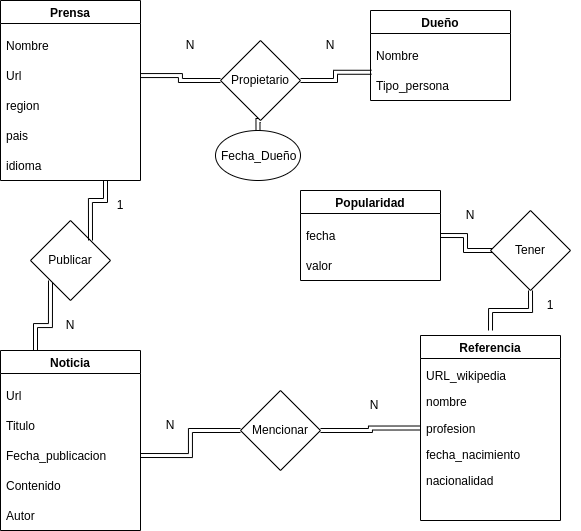
Before: modelo_ER.png, a diagram exported from draw.io (CarlosD1234/Proyecto-BD-2022). Source tidied: cells renumbered, new cells last; positions are measured from the earlier drawing's top-left corner, leaving out a move shared by most shapes.
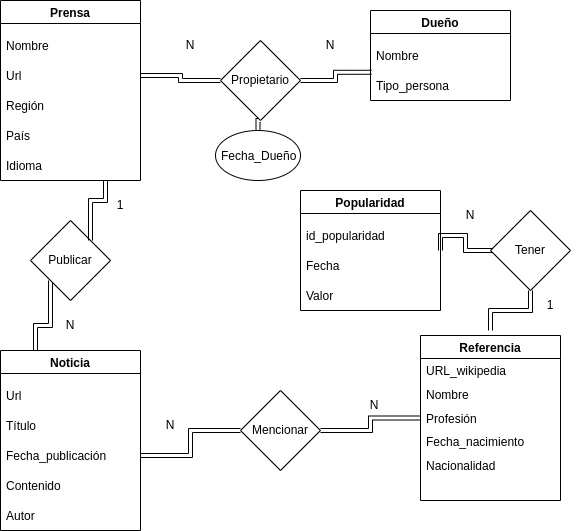
After the commit.

Commit message:
arreglo modelo_ER

What changed in the source:
```diff
@@ -1,137 +1,137 @@
 <mxGraphModel>
   <root>
-    <mxCell id="0" />
-    <mxCell id="1" parent="0" />
-    <mxCell id="2" style="ellipse;whiteSpace=wrap;html=1;" parent="1" vertex="1">
-      <mxGeometry x="215" y="130" width="85" height="50" as="geometry" />
-    </mxCell>
-    <mxCell id="3" style="group;" parent="1" vertex="1">
-      <mxGeometry width="140" height="180" as="geometry" />
-    </mxCell>
-    <mxCell id="4" value="idioma" style="text;strokeColor=none;fillColor=none;align=left;verticalAlign=middle;spacingLeft=4;spacingRight=4;overflow=hidden;" parent="3" vertex="1">
-      <mxGeometry y="150" width="140" height="30" as="geometry" />
-    </mxCell>
+    <mxCell id="52" />
+    <mxCell id="53" parent="52" />
+    <mxCell id="54" style="ellipse;whiteSpace=wrap;html=1;" parent="53" vertex="1">
+      <mxGeometry x="215" y="130" width="85" height="50" as="geometry" />
+    </mxCell>
+    <mxCell id="55" style="group;" parent="53" vertex="1">
+      <mxGeometry width="140" height="180" as="geometry" />
+    </mxCell>
+    <mxCell id="56" value="Idioma" style="text;strokeColor=none;fillColor=none;align=left;verticalAlign=middle;spacingLeft=4;spacingRight=4;overflow=hidden;" parent="55" vertex="1">
+      <mxGeometry y="150" width="140" height="30" as="geometry" />
+    </mxCell>
-    <mxCell id="5" value="Nombre" style="text;strokeColor=none;fillColor=none;align=left;verticalAlign=middle;spacingLeft=4;spacingRight=4;overflow=hidden;" parent="3" vertex="1">
+    <mxCell id="5" value="Nombre" style="text;strokeColor=none;fillColor=none;align=left;verticalAlign=middle;spacingLeft=4;spacingRight=4;overflow=hidden;" parent="55" vertex="1">
       <mxGeometry y="30" width="140" height="30" as="geometry" />
     </mxCell>
-    <mxCell id="6" value="Prensa" style="swimlane;" parent="3" vertex="1">
+    <mxCell id="6" value="Prensa" style="swimlane;" parent="55" vertex="1">
       <mxGeometry width="140" height="180" as="geometry" />
     </mxCell>
-    <mxCell id="7" value="region" style="text;strokeColor=none;fillColor=none;align=left;verticalAlign=middle;spacingLeft=4;spacingRight=4;overflow=hidden;" parent="6" vertex="1">
-      <mxGeometry y="90" width="140" height="30" as="geometry" />
-    </mxCell>
-    <mxCell id="8" value="pais" style="text;strokeColor=none;fillColor=none;align=left;verticalAlign=middle;spacingLeft=4;spacingRight=4;overflow=hidden;" parent="6" vertex="1">
-      <mxGeometry y="120" width="140" height="30" as="geometry" />
-    </mxCell>
+    <mxCell id="57" value="Región" style="text;strokeColor=none;fillColor=none;align=left;verticalAlign=middle;spacingLeft=4;spacingRight=4;overflow=hidden;" parent="6" vertex="1">
+      <mxGeometry y="90" width="140" height="30" as="geometry" />
+    </mxCell>
+    <mxCell id="58" value="País" style="text;strokeColor=none;fillColor=none;align=left;verticalAlign=middle;spacingLeft=4;spacingRight=4;overflow=hidden;" parent="6" vertex="1">
+      <mxGeometry y="120" width="140" height="30" as="geometry" />
+    </mxCell>
     <mxCell id="9" value="Url" style="text;strokeColor=none;fillColor=none;align=left;verticalAlign=middle;spacingLeft=4;spacingRight=4;overflow=hidden;points=[[0,0.5],[1,0.5]];portConstraint=eastwest;" parent="6" vertex="1">
       <mxGeometry y="60" width="140" height="30" as="geometry" />
     </mxCell>
-    <mxCell id="10" style="group;" parent="1" vertex="1">
-      <mxGeometry y="350" width="140" height="180" as="geometry" />
-    </mxCell>
+    <mxCell id="59" style="group;" parent="53" vertex="1">
+      <mxGeometry y="350" width="140" height="180" as="geometry" />
+    </mxCell>
-    <mxCell id="11" value="Autor" style="text;strokeColor=none;fillColor=none;align=left;verticalAlign=middle;spacingLeft=4;spacingRight=4;overflow=hidden;" parent="10" vertex="1">
+    <mxCell id="11" value="Autor" style="text;strokeColor=none;fillColor=none;align=left;verticalAlign=middle;spacingLeft=4;spacingRight=4;overflow=hidden;" parent="59" vertex="1">
       <mxGeometry y="150" width="140" height="30" as="geometry" />
     </mxCell>
-    <mxCell id="12" value="Url" style="text;strokeColor=none;fillColor=none;align=left;verticalAlign=middle;spacingLeft=4;spacingRight=4;overflow=hidden;" parent="10" vertex="1">
+    <mxCell id="12" value="Url" style="text;strokeColor=none;fillColor=none;align=left;verticalAlign=middle;spacingLeft=4;spacingRight=4;overflow=hidden;" parent="59" vertex="1">
       <mxGeometry y="30" width="140" height="30" as="geometry" />
     </mxCell>
-    <mxCell id="13" value="Noticia" style="swimlane;" parent="10" vertex="1">
+    <mxCell id="13" value="Noticia" style="swimlane;" parent="59" vertex="1">
       <mxGeometry width="140" height="180" as="geometry" />
     </mxCell>
-    <mxCell id="14" value="Fecha_publicacion" style="text;strokeColor=none;fillColor=none;align=left;verticalAlign=middle;spacingLeft=4;spacingRight=4;overflow=hidden;points=[[0,0.5],[1,0.5]];portConstraint=eastwest;" parent="13" vertex="1">
-      <mxGeometry y="90" width="140" height="30" as="geometry" />
-    </mxCell>
+    <mxCell id="60" value="Fecha_publicación" style="text;strokeColor=none;fillColor=none;align=left;verticalAlign=middle;spacingLeft=4;spacingRight=4;overflow=hidden;points=[[0,0.5],[1,0.5]];portConstraint=eastwest;" parent="13" vertex="1">
+      <mxGeometry y="90" width="140" height="30" as="geometry" />
+    </mxCell>
     <mxCell id="15" value="Contenido" style="text;strokeColor=none;fillColor=none;align=left;verticalAlign=middle;spacingLeft=4;spacingRight=4;overflow=hidden;" parent="13" vertex="1">
       <mxGeometry y="120" width="140" height="30" as="geometry" />
     </mxCell>
-    <mxCell id="16" value="Titulo" style="text;strokeColor=none;fillColor=none;align=left;verticalAlign=middle;spacingLeft=4;spacingRight=4;overflow=hidden;" parent="13" vertex="1">
-      <mxGeometry y="60" width="140" height="30" as="geometry" />
-    </mxCell>
-    <mxCell id="17" style="group;" parent="1" vertex="1">
-      <mxGeometry x="420" y="335" width="140" height="185" as="geometry" />
-    </mxCell>
+    <mxCell id="61" value="Título" style="text;strokeColor=none;fillColor=none;align=left;verticalAlign=middle;spacingLeft=4;spacingRight=4;overflow=hidden;" parent="13" vertex="1">
+      <mxGeometry y="60" width="140" height="30" as="geometry" />
+    </mxCell>
+    <mxCell id="62" style="group;" parent="53" vertex="1">
+      <mxGeometry x="420" y="335" width="140" height="165" as="geometry" />
+    </mxCell>
-    <mxCell id="18" value="URL_wikipedia" style="text;strokeColor=none;fillColor=none;align=left;verticalAlign=middle;spacingLeft=4;spacingRight=4;overflow=hidden;" parent="17" vertex="1">
-      <mxGeometry y="26.4" width="140" height="26.4" as="geometry" />
+    <mxCell id="18" value="URL_wikipedia" style="text;strokeColor=none;fillColor=none;align=left;verticalAlign=middle;spacingLeft=4;spacingRight=4;overflow=hidden;" parent="62" vertex="1">
+      <mxGeometry y="23.6" width="140" height="23.6" as="geometry" />
     </mxCell>
-    <mxCell id="19" value="Referencia" style="swimlane;" parent="17" vertex="1">
-      <mxGeometry width="140" height="185" as="geometry" />
+    <mxCell id="19" value="Referencia" style="swimlane;" parent="62" vertex="1">
+      <mxGeometry width="140" height="165" as="geometry" />
     </mxCell>
-    <mxCell id="20" value="profesion" style="text;strokeColor=none;fillColor=none;align=left;verticalAlign=middle;spacingLeft=4;spacingRight=4;overflow=hidden;points=[[0,0.5],[1,0.5]];portConstraint=eastwest;" parent="19" vertex="1">
-      <mxGeometry y="79.3" width="140" height="26.4" as="geometry" />
-    </mxCell>
-    <mxCell id="21" value="fecha_nacimiento" style="text;strokeColor=none;fillColor=none;align=left;verticalAlign=middle;spacingLeft=4;spacingRight=4;overflow=hidden;" parent="19" vertex="1">
-      <mxGeometry y="105.7" width="140" height="26.4" as="geometry" />
-    </mxCell>
-    <mxCell id="22" value="nombre" style="text;strokeColor=none;fillColor=none;align=left;verticalAlign=middle;spacingLeft=4;spacingRight=4;overflow=hidden;" parent="19" vertex="1">
-      <mxGeometry y="52.9" width="140" height="26.4" as="geometry" />
-    </mxCell>
-    <mxCell id="23" value="nacionalidad" style="text;strokeColor=none;fillColor=none;align=left;verticalAlign=middle;spacingLeft=4;spacingRight=4;overflow=hidden;" parent="19" vertex="1">
-      <mxGeometry y="132.1" width="140" height="26.4" as="geometry" />
-    </mxCell>
+    <mxCell id="63" value="Profesión" style="text;strokeColor=none;fillColor=none;align=left;verticalAlign=middle;spacingLeft=4;spacingRight=4;overflow=hidden;points=[[0,0.5],[1,0.5]];portConstraint=eastwest;" parent="19" vertex="1">
+      <mxGeometry y="70.7" width="140" height="23.6" as="geometry" />
+    </mxCell>
+    <mxCell id="64" value="Fecha_nacimiento" style="text;strokeColor=none;fillColor=none;align=left;verticalAlign=middle;spacingLeft=4;spacingRight=4;overflow=hidden;" parent="19" vertex="1">
+      <mxGeometry y="94.3" width="140" height="23.6" as="geometry" />
+    </mxCell>
+    <mxCell id="65" value="Nombre" style="text;strokeColor=none;fillColor=none;align=left;verticalAlign=middle;spacingLeft=4;spacingRight=4;overflow=hidden;" parent="19" vertex="1">
+      <mxGeometry y="47.1" width="140" height="23.6" as="geometry" />
+    </mxCell>
+    <mxCell id="66" value="Nacionalidad" style="text;strokeColor=none;fillColor=none;align=left;verticalAlign=middle;spacingLeft=4;spacingRight=4;overflow=hidden;" parent="19" vertex="1">
+      <mxGeometry y="117.9" width="140" height="23.6" as="geometry" />
+    </mxCell>
-    <mxCell id="24" style="edgeStyle=orthogonalEdgeStyle;shape=link;rounded=0;jettySize=auto;html=1;exitX=1;exitY=0.5;exitDx=0;exitDy=0;entryX=0.007;entryY=0.059;entryDx=0;entryDy=0;entryPerimeter=0;" parent="1" edge="1" source="26" target="43">
+    <mxCell id="24" style="edgeStyle=orthogonalEdgeStyle;shape=link;rounded=0;jettySize=auto;html=1;exitX=1;exitY=0.5;exitDx=0;exitDy=0;entryX=0.007;entryY=0.059;entryDx=0;entryDy=0;entryPerimeter=0;" parent="53" edge="1" source="26" target="43">
       <mxGeometry relative="1" as="geometry" />
     </mxCell>
-    <mxCell id="25" style="edgeStyle=orthogonalEdgeStyle;shape=link;rounded=0;jettySize=auto;html=1;exitX=0.5;exitY=1;exitDx=0;exitDy=0;entryX=0.5;entryY=0;entryDx=0;entryDy=0;" parent="1" edge="1" source="26" target="2">
-      <mxGeometry relative="1" as="geometry" />
-    </mxCell>
+    <mxCell id="67" style="edgeStyle=orthogonalEdgeStyle;shape=link;rounded=0;jettySize=auto;html=1;exitX=0.5;exitY=1;exitDx=0;exitDy=0;entryX=0.5;entryY=0;entryDx=0;entryDy=0;" parent="53" edge="1" source="26" target="54">
+      <mxGeometry relative="1" as="geometry" />
+    </mxCell>
-    <mxCell id="26" value="Propietario" style="rhombus;whiteSpace=wrap;html=1;" parent="1" vertex="1">
+    <mxCell id="26" value="Propietario" style="rhombus;whiteSpace=wrap;html=1;" parent="53" vertex="1">
       <mxGeometry x="220" y="40" width="80" height="80" as="geometry" />
     </mxCell>
-    <mxCell id="27" style="edgeStyle=orthogonalEdgeStyle;rounded=0;jettySize=auto;html=1;entryX=0;entryY=0.5;entryDx=0;entryDy=0;shape=link;" parent="1" edge="1" source="9" target="26">
+    <mxCell id="27" style="edgeStyle=orthogonalEdgeStyle;rounded=0;jettySize=auto;html=1;entryX=0;entryY=0.5;entryDx=0;entryDy=0;shape=link;" parent="53" edge="1" source="9" target="26">
       <mxGeometry relative="1" as="geometry" />
     </mxCell>
-    <mxCell id="28" value="N" style="text;html=1;strokeColor=none;fillColor=none;align=center;verticalAlign=middle;whiteSpace=wrap;rounded=0;" parent="1" vertex="1">
-      <mxGeometry x="160" y="30" width="60" height="30" as="geometry" />
-    </mxCell>
-    <mxCell id="29" value="N" style="text;html=1;strokeColor=none;fillColor=none;align=center;verticalAlign=middle;whiteSpace=wrap;rounded=0;" parent="1" vertex="1">
-      <mxGeometry x="300" y="30" width="60" height="30" as="geometry" />
-    </mxCell>
+    <mxCell id="68" value="N" style="text;html=1;strokeColor=none;fillColor=none;align=center;verticalAlign=middle;whiteSpace=wrap;rounded=0;" parent="53" vertex="1">
+      <mxGeometry x="160" y="30" width="60" height="30" as="geometry" />
+    </mxCell>
+    <mxCell id="69" value="N" style="text;html=1;strokeColor=none;fillColor=none;align=center;verticalAlign=middle;whiteSpace=wrap;rounded=0;" parent="53" vertex="1">
+      <mxGeometry x="300" y="30" width="60" height="30" as="geometry" />
+    </mxCell>
-    <mxCell id="30" style="edgeStyle=orthogonalEdgeStyle;shape=link;rounded=0;jettySize=auto;html=1;exitX=0;exitY=1;exitDx=0;exitDy=0;entryX=0.25;entryY=0;entryDx=0;entryDy=0;" parent="1" edge="1" source="31" target="13">
+    <mxCell id="30" style="edgeStyle=orthogonalEdgeStyle;shape=link;rounded=0;jettySize=auto;html=1;exitX=0;exitY=1;exitDx=0;exitDy=0;entryX=0.25;entryY=0;entryDx=0;entryDy=0;" parent="53" edge="1" source="31" target="13">
       <mxGeometry relative="1" as="geometry" />
     </mxCell>
-    <mxCell id="31" value="Publicar" style="rhombus;whiteSpace=wrap;html=1;" parent="1" vertex="1">
+    <mxCell id="31" value="Publicar" style="rhombus;whiteSpace=wrap;html=1;" parent="53" vertex="1">
       <mxGeometry x="30" y="220" width="80" height="80" as="geometry" />
     </mxCell>
-    <mxCell id="32" style="edgeStyle=orthogonalEdgeStyle;shape=link;rounded=0;jettySize=auto;html=1;exitX=0.75;exitY=1;exitDx=0;exitDy=0;entryX=1;entryY=0;entryDx=0;entryDy=0;" parent="1" edge="1" source="6" target="31">
+    <mxCell id="32" style="edgeStyle=orthogonalEdgeStyle;shape=link;rounded=0;jettySize=auto;html=1;exitX=0.75;exitY=1;exitDx=0;exitDy=0;entryX=1;entryY=0;entryDx=0;entryDy=0;" parent="53" edge="1" source="6" target="31">
       <mxGeometry relative="1" as="geometry" />
     </mxCell>
-    <mxCell id="33" value="N" style="text;html=1;strokeColor=none;fillColor=none;align=center;verticalAlign=middle;whiteSpace=wrap;rounded=0;" parent="1" vertex="1">
-      <mxGeometry x="40" y="310" width="60" height="30" as="geometry" />
-    </mxCell>
-    <mxCell id="34" value="1" style="text;html=1;strokeColor=none;fillColor=none;align=center;verticalAlign=middle;whiteSpace=wrap;rounded=0;" parent="1" vertex="1">
-      <mxGeometry x="90" y="190" width="60" height="30" as="geometry" />
-    </mxCell>
+    <mxCell id="70" value="N" style="text;html=1;strokeColor=none;fillColor=none;align=center;verticalAlign=middle;whiteSpace=wrap;rounded=0;" parent="53" vertex="1">
+      <mxGeometry x="40" y="310" width="60" height="30" as="geometry" />
+    </mxCell>
+    <mxCell id="71" value="1" style="text;html=1;strokeColor=none;fillColor=none;align=center;verticalAlign=middle;whiteSpace=wrap;rounded=0;" parent="53" vertex="1">
+      <mxGeometry x="90" y="190" width="60" height="30" as="geometry" />
+    </mxCell>
-    <mxCell id="35" value="Mencionar" style="rhombus;whiteSpace=wrap;html=1;" parent="1" vertex="1">
+    <mxCell id="35" value="Mencionar" style="rhombus;whiteSpace=wrap;html=1;" parent="53" vertex="1">
       <mxGeometry x="240" y="390" width="80" height="80" as="geometry" />
     </mxCell>
-    <mxCell id="36" style="edgeStyle=orthogonalEdgeStyle;shape=link;rounded=0;jettySize=auto;html=1;exitX=1;exitY=0.5;exitDx=0;exitDy=0;" parent="1" edge="1" source="14" target="35">
-      <mxGeometry relative="1" as="geometry" />
-    </mxCell>
-    <mxCell id="37" style="edgeStyle=orthogonalEdgeStyle;shape=link;rounded=0;jettySize=auto;html=1;exitX=0;exitY=0.5;exitDx=0;exitDy=0;entryX=1;entryY=0.5;entryDx=0;entryDy=0;" parent="1" edge="1" source="20" target="35">
-      <mxGeometry relative="1" as="geometry" />
-    </mxCell>
-    <mxCell id="38" value="N" style="text;html=1;strokeColor=none;fillColor=none;align=center;verticalAlign=middle;whiteSpace=wrap;rounded=0;" parent="1" vertex="1">
-      <mxGeometry x="140" y="410" width="60" height="30" as="geometry" />
-    </mxCell>
-    <mxCell id="39" value="N" style="text;html=1;strokeColor=none;fillColor=none;align=center;verticalAlign=middle;whiteSpace=wrap;rounded=0;" parent="1" vertex="1">
-      <mxGeometry x="344" y="390" width="60" height="30" as="geometry" />
-    </mxCell>
+    <mxCell id="72" style="edgeStyle=orthogonalEdgeStyle;shape=link;rounded=0;jettySize=auto;html=1;exitX=1;exitY=0.5;exitDx=0;exitDy=0;" parent="53" edge="1" source="60" target="35">
+      <mxGeometry relative="1" as="geometry" />
+    </mxCell>
+    <mxCell id="73" style="edgeStyle=orthogonalEdgeStyle;shape=link;rounded=0;jettySize=auto;html=1;exitX=0;exitY=0.5;exitDx=0;exitDy=0;entryX=1;entryY=0.5;entryDx=0;entryDy=0;" parent="53" edge="1" source="63" target="35">
+      <mxGeometry relative="1" as="geometry" />
+    </mxCell>
+    <mxCell id="74" value="N" style="text;html=1;strokeColor=none;fillColor=none;align=center;verticalAlign=middle;whiteSpace=wrap;rounded=0;" parent="53" vertex="1">
+      <mxGeometry x="140" y="410" width="60" height="30" as="geometry" />
+    </mxCell>
+    <mxCell id="75" value="N" style="text;html=1;strokeColor=none;fillColor=none;align=center;verticalAlign=middle;whiteSpace=wrap;rounded=0;" parent="53" vertex="1">
+      <mxGeometry x="344" y="390" width="60" height="30" as="geometry" />
+    </mxCell>
-    <mxCell id="40" value="Fecha_Dueño" style="text;strokeColor=none;fillColor=none;align=left;verticalAlign=middle;spacingLeft=4;spacingRight=4;overflow=hidden;" parent="1" vertex="1">
+    <mxCell id="40" value="Fecha_Dueño" style="text;strokeColor=none;fillColor=none;align=left;verticalAlign=middle;spacingLeft=4;spacingRight=4;overflow=hidden;" parent="53" vertex="1">
       <mxGeometry x="215" y="140" width="90" height="30" as="geometry" />
     </mxCell>
-    <mxCell id="41" value="Nombre" style="text;strokeColor=none;fillColor=none;align=left;verticalAlign=middle;spacingLeft=4;spacingRight=4;overflow=hidden;" parent="1" vertex="1">
-      <mxGeometry x="370" y="40" width="140" height="30" as="geometry" />
-    </mxCell>
+    <mxCell id="76" value="Nombre" style="text;strokeColor=none;fillColor=none;align=left;verticalAlign=middle;spacingLeft=4;spacingRight=4;overflow=hidden;" parent="53" vertex="1">
+      <mxGeometry x="370" y="40" width="140" height="30" as="geometry" />
+    </mxCell>
-    <mxCell id="42" value="Dueño" style="swimlane;" parent="1" vertex="1">
+    <mxCell id="42" value="Dueño" style="swimlane;" parent="53" vertex="1">
       <mxGeometry x="370" y="10" width="140" height="90" as="geometry" />
     </mxCell>
     <mxCell id="43" value="Tipo_persona" style="text;strokeColor=none;fillColor=none;align=left;verticalAlign=middle;spacingLeft=4;spacingRight=4;overflow=hidden;points=[[0,0.5],[1,0.5]];portConstraint=eastwest;" parent="42" vertex="1">
       <mxGeometry y="60" width="140" height="30" as="geometry" />
     </mxCell>
-    <mxCell id="44" value="fecha" style="text;strokeColor=none;fillColor=none;align=left;verticalAlign=middle;spacingLeft=4;spacingRight=4;overflow=hidden;" parent="1" vertex="1">
-      <mxGeometry x="300" y="220" width="140" height="30" as="geometry" />
-    </mxCell>
+    <mxCell id="77" value="id_popularidad" style="text;strokeColor=none;fillColor=none;align=left;verticalAlign=middle;spacingLeft=4;spacingRight=4;overflow=hidden;" parent="53" vertex="1">
+      <mxGeometry x="300" y="220" width="140" height="30" as="geometry" />
+    </mxCell>
-    <mxCell id="45" style="edgeStyle=orthogonalEdgeStyle;shape=link;rounded=0;jettySize=auto;html=1;exitX=1;exitY=0.5;exitDx=0;exitDy=0;entryX=0.146;entryY=0.61;entryDx=0;entryDy=0;entryPerimeter=0;" parent="1" edge="1" source="46" target="49">
+    <mxCell id="45" style="edgeStyle=orthogonalEdgeStyle;shape=link;rounded=0;jettySize=auto;html=1;exitX=1;exitY=0.5;exitDx=0;exitDy=0;entryX=0.146;entryY=0.61;entryDx=0;entryDy=0;entryPerimeter=0;" parent="53" edge="1" source="46" target="49">
       <mxGeometry relative="1" as="geometry">
         <Array as="points">
           <mxPoint x="465" y="235" />
@@ -140,25 +140,28 @@
         </Array>
       </mxGeometry>
     </mxCell>
-    <mxCell id="46" value="Popularidad" style="swimlane;" parent="1" vertex="1">
-      <mxGeometry x="300" y="190" width="140" height="90" as="geometry" />
+    <mxCell id="46" value="Popularidad" style="swimlane;" parent="53" vertex="1">
+      <mxGeometry x="300" y="190" width="140" height="120" as="geometry" />
     </mxCell>
-    <mxCell id="47" value="valor" style="text;strokeColor=none;fillColor=none;align=left;verticalAlign=middle;spacingLeft=4;spacingRight=4;overflow=hidden;" parent="46" vertex="1">
-      <mxGeometry y="60" width="140" height="30" as="geometry" />
-    </mxCell>
-    <mxCell id="48" style="edgeStyle=orthogonalEdgeStyle;shape=link;rounded=0;jettySize=auto;html=1;exitX=0.5;exitY=1;exitDx=0;exitDy=0;" parent="1" edge="1" source="49">
-      <mxGeometry relative="1" as="geometry">
-        <mxPoint x="490" y="330" as="targetPoint" />
-      </mxGeometry>
-    </mxCell>
+    <mxCell id="78" value="Fecha" style="text;strokeColor=none;fillColor=none;align=left;verticalAlign=middle;spacingLeft=4;spacingRight=4;overflow=hidden;" parent="46" vertex="1">
+      <mxGeometry y="60" width="140" height="30" as="geometry" />
+    </mxCell>
+    <mxCell id="79" value="Valor" style="text;strokeColor=none;fillColor=none;align=left;verticalAlign=middle;spacingLeft=4;spacingRight=4;overflow=hidden;" parent="46" vertex="1">
+      <mxGeometry y="90" width="140" height="30" as="geometry" />
+    </mxCell>
+    <mxCell id="80" style="edgeStyle=orthogonalEdgeStyle;shape=link;rounded=0;jettySize=auto;html=1;exitX=0.5;exitY=1;exitDx=0;exitDy=0;" parent="53" edge="1" source="49">
+      <mxGeometry relative="1" as="geometry">
+        <mxPoint x="490" y="330" as="targetPoint" />
+      </mxGeometry>
+    </mxCell>
-    <mxCell id="49" value="Tener" style="rhombus;whiteSpace=wrap;html=1;" parent="1" vertex="1">
+    <mxCell id="49" value="Tener" style="rhombus;whiteSpace=wrap;html=1;" parent="53" vertex="1">
       <mxGeometry x="490" y="210" width="80" height="80" as="geometry" />
     </mxCell>
-    <mxCell id="50" value="N" style="text;html=1;strokeColor=none;fillColor=none;align=center;verticalAlign=middle;whiteSpace=wrap;rounded=0;" parent="1" vertex="1">
-      <mxGeometry x="440" y="200" width="60" height="30" as="geometry" />
-    </mxCell>
-    <mxCell id="51" value="1" style="text;html=1;strokeColor=none;fillColor=none;align=center;verticalAlign=middle;whiteSpace=wrap;rounded=0;" parent="1" vertex="1">
-      <mxGeometry x="520" y="290" width="60" height="30" as="geometry" />
-    </mxCell>
+    <mxCell id="81" value="N" style="text;html=1;strokeColor=none;fillColor=none;align=center;verticalAlign=middle;whiteSpace=wrap;rounded=0;" parent="53" vertex="1">
+      <mxGeometry x="440" y="200" width="60" height="30" as="geometry" />
+    </mxCell>
+    <mxCell id="82" value="1" style="text;html=1;strokeColor=none;fillColor=none;align=center;verticalAlign=middle;whiteSpace=wrap;rounded=0;" parent="53" vertex="1">
+      <mxGeometry x="520" y="290" width="60" height="30" as="geometry" />
+    </mxCell>
   </root>
 </mxGraphModel>
```
